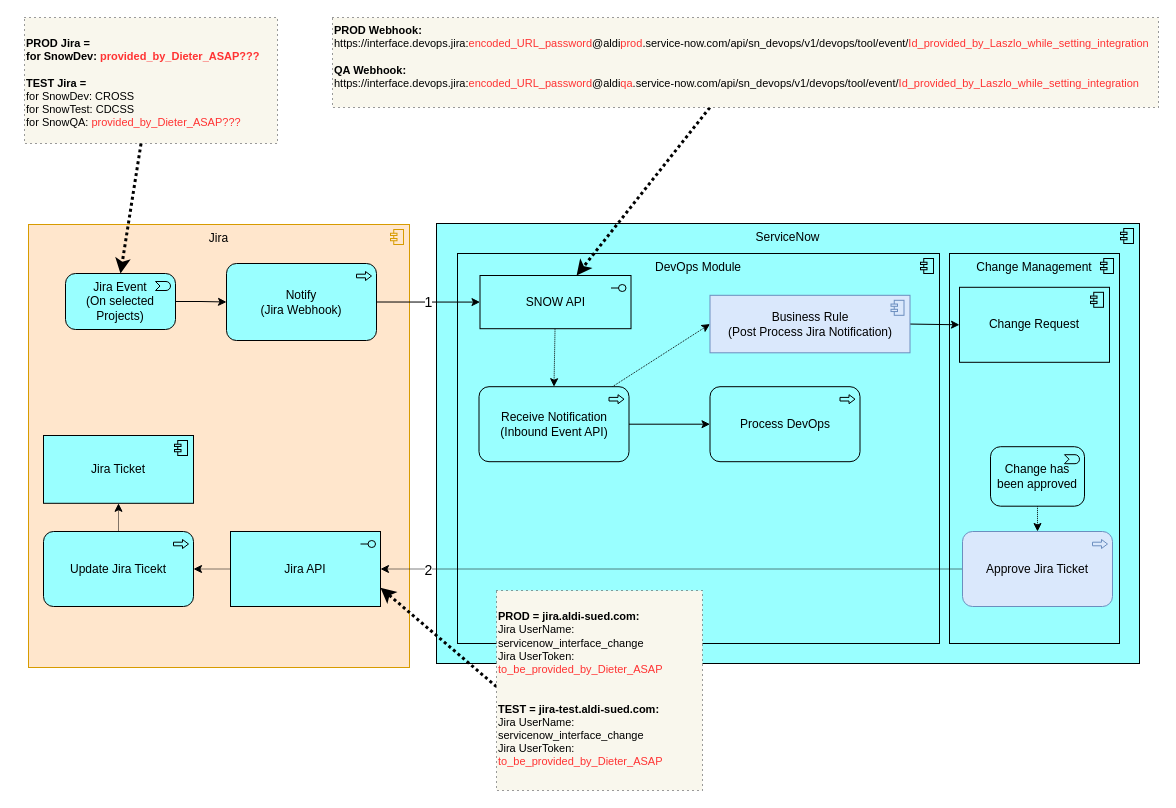
Earlier version of the draw.io diagram page "Jira2SNOW" (5 of 6) of SnowJira.drawio (algimas/tmp). Source tidied: cells renumbered, new cells numbered last; positions are measured from the earlier drawing's top-left corner, leaving out a move shared by most shapes. Both pictures are drawn from the tidied source at 100%, with x=0, y=0 at pixel (24, 17).
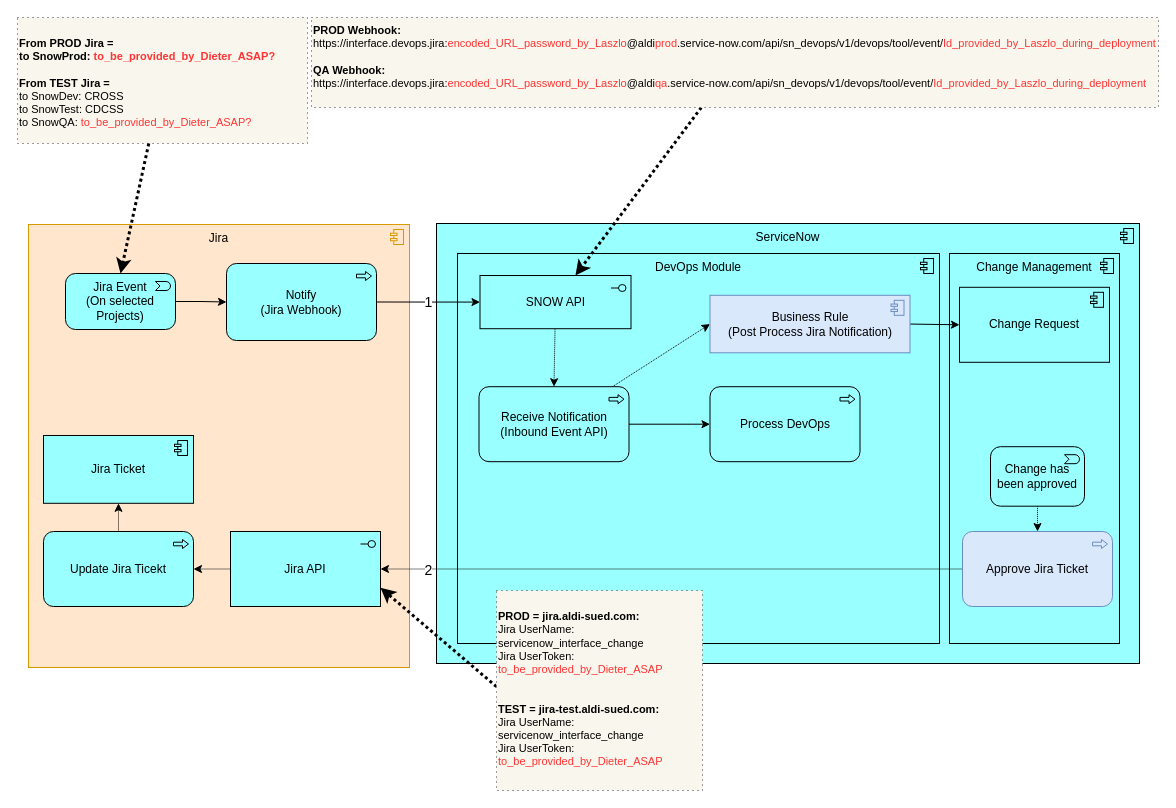
Above is the later version.

What changed in the source:
```diff
@@
-    <mxCell id="32" value="&lt;div style=&quot;font-size: 11px;&quot;&gt;&lt;b style=&quot;font-size: 11px;&quot;&gt;PROD Webhook:&lt;/b&gt;&lt;/div&gt;https://interface.devops.jira:&lt;font style=&quot;font-size: 11px;&quot; color=&quot;#FF3333&quot;&gt;encoded_URL_password&lt;/font&gt;@aldi&lt;font style=&quot;font-size: 11px;&quot; color=&quot;#FF3333&quot;&gt;prod&lt;/font&gt;.service-now.com/api/sn_devops/v1/devops/tool/event/&lt;font style=&quot;font-size: 11px;&quot; color=&quot;#FF3333&quot;&gt;Id_provided_by_Laszlo_while_setting_integration&lt;/font&gt;&lt;div style=&quot;font-size: 11px;&quot;&gt;&lt;br style=&quot;font-size: 11px;&quot;&gt;&lt;/div&gt;&lt;div style=&quot;font-size: 11px;&quot;&gt;&lt;b style=&quot;font-size: 11px;&quot;&gt;QA Webhook:&lt;/b&gt;&lt;/div&gt;&lt;div style=&quot;font-size: 11px;&quot;&gt;https://interface.devops.jira:&lt;font style=&quot;font-size: 11px;&quot; color=&quot;#FF3333&quot;&gt;encoded_URL_password&lt;/font&gt;@aldi&lt;font style=&quot;font-size: 11px;&quot; color=&quot;#FF3333&quot;&gt;qa&lt;/font&gt;.service-now.com/api/sn_devops/v1/devops/tool/event/&lt;font style=&quot;font-size: 11px;&quot; color=&quot;#FF3333&quot;&gt;Id_provided_by_Laszlo_while_setting_integration&lt;/font&gt;&lt;br style=&quot;font-size: 11px;&quot;&gt;&lt;/div&gt;" style="strokeWidth=1;shadow=0;dashed=1;align=center;html=1;shape=mxgraph.mockup.text.bulletedList;textColor=#666666;mainText=,,,,;textSize=17;bulletStyle=none;strokeColor=#36393d;fillColor=#f9f7ed;align=left;verticalAlign=top;fontSize=11;dashPattern=1 4;" parent="1" vertex="1">
-      <mxGeometry x="308" width="826" height="90" as="geometry" />
+    <mxCell id="32" value="&lt;div style=&quot;font-size: 11px&quot;&gt;&lt;b style=&quot;font-size: 11px&quot;&gt;PROD Webhook:&lt;/b&gt;&lt;/div&gt;https://interface.devops.jira:&lt;font style=&quot;font-size: 11px&quot; color=&quot;#FF3333&quot;&gt;encoded_URL_password_by_Laszlo&lt;/font&gt;@aldi&lt;font style=&quot;font-size: 11px&quot; color=&quot;#FF3333&quot;&gt;prod&lt;/font&gt;.service-now.com/api/sn_devops/v1/devops/tool/event/&lt;font style=&quot;font-size: 11px&quot; color=&quot;#FF3333&quot;&gt;Id_provided_by_Laszlo_during_deployment&lt;/font&gt;&lt;div style=&quot;font-size: 11px&quot;&gt;&lt;br style=&quot;font-size: 11px&quot;&gt;&lt;/div&gt;&lt;div style=&quot;font-size: 11px&quot;&gt;&lt;b style=&quot;font-size: 11px&quot;&gt;QA Webhook:&lt;/b&gt;&lt;/div&gt;&lt;div style=&quot;font-size: 11px&quot;&gt;https://interface.devops.jira:&lt;font style=&quot;font-size: 11px&quot; color=&quot;#FF3333&quot;&gt;encoded_URL_password&lt;/font&gt;&lt;font style=&quot;font-size: 11px&quot; color=&quot;#FF3333&quot;&gt;_by_Laszlo&lt;/font&gt;@aldi&lt;font style=&quot;font-size: 11px&quot; color=&quot;#FF3333&quot;&gt;qa&lt;/font&gt;.service-now.com/api/sn_devops/v1/devops/tool/event/&lt;font style=&quot;font-size: 11px&quot; color=&quot;#FF3333&quot;&gt;Id_provided_by_Laszlo&lt;/font&gt;&lt;font style=&quot;font-size: 11px&quot; color=&quot;#FF3333&quot;&gt;&lt;font style=&quot;font-size: 11px&quot; color=&quot;#FF3333&quot;&gt;_during_deployment&lt;/font&gt;&lt;/font&gt;&lt;/div&gt;" style="strokeWidth=1;shadow=0;dashed=1;align=center;html=1;shape=mxgraph.mockup.text.bulletedList;textColor=#666666;mainText=,,,,;textSize=17;bulletStyle=none;strokeColor=#36393d;fillColor=#f9f7ed;align=left;verticalAlign=top;fontSize=11;dashPattern=1 4;" parent="1" vertex="1">
+      <mxGeometry x="287" width="847" height="90" as="geometry" />
     </mxCell>
-    <mxCell id="33" value="&lt;div style=&quot;font-size: 11px;&quot;&gt;&lt;br style=&quot;font-size: 11px;&quot;&gt;&lt;div style=&quot;font-size: 11px;&quot;&gt;&lt;font style=&quot;font-size: 11px;&quot;&gt;&lt;b style=&quot;font-size: 11px;&quot;&gt;PROD Jira =&lt;/b&gt;&lt;/font&gt;&lt;/div&gt;&lt;div style=&quot;font-size: 11px;&quot;&gt;&lt;font style=&quot;font-size: 11px;&quot;&gt;&lt;b style=&quot;font-size: 11px;&quot;&gt;for SnowDev: &lt;/b&gt;&lt;/font&gt;&lt;font style=&quot;font-size: 11px;&quot;&gt;&lt;b style=&quot;font-size: 11px;&quot;&gt;&lt;font style=&quot;font-size: 11px;&quot; color=&quot;#FF3333&quot;&gt;provided_by_Dieter_ASAP???&lt;/font&gt;&lt;/b&gt;&lt;/font&gt;&lt;/div&gt;&lt;div style=&quot;font-size: 11px;&quot;&gt;&lt;font style=&quot;font-size: 11px;&quot;&gt;&lt;b style=&quot;font-size: 11px;&quot;&gt;&lt;br style=&quot;font-size: 11px;&quot;&gt;&lt;/b&gt;&lt;/font&gt;&lt;/div&gt;&lt;div style=&quot;font-size: 11px;&quot;&gt;&lt;font style=&quot;font-size: 11px;&quot;&gt;&lt;b style=&quot;font-size: 11px;&quot;&gt;TEST Jira = &lt;br style=&quot;font-size: 11px;&quot;&gt;&lt;/b&gt;&lt;/font&gt;&lt;/div&gt;&lt;/div&gt;&lt;div style=&quot;font-size: 11px;&quot;&gt;for SnowDev: CROSS&amp;nbsp; &lt;br style=&quot;font-size: 11px;&quot;&gt;&lt;/div&gt;&lt;div style=&quot;font-size: 11px;&quot;&gt;for SnowTest: &lt;span style=&quot;color: rgb(0, 0, 0); font-family: &amp;quot;arial&amp;quot;, sans-serif; font-size: 11px; font-style: normal; font-weight: normal; letter-spacing: normal; text-indent: 0px; text-transform: none; word-spacing: 0px; text-decoration: none; display: inline; float: none;&quot;&gt;CDCSS&lt;/span&gt;&lt;/div&gt;&lt;div style=&quot;font-size: 11px;&quot;&gt;for SnowQA: &lt;font style=&quot;font-size: 11px;&quot; color=&quot;#FF3333&quot;&gt;provided_by_Dieter_ASAP???&lt;/font&gt;&lt;/div&gt;" style="strokeWidth=1;shadow=0;dashed=1;align=center;html=1;shape=mxgraph.mockup.text.bulletedList;textColor=#666666;mainText=,,,,;textSize=17;bulletStyle=none;strokeColor=#36393d;fillColor=#f9f7ed;align=left;verticalAlign=top;fontSize=11;dashPattern=1 4;" parent="1" vertex="1">
-      <mxGeometry width="253" height="126" as="geometry" />
+    <mxCell id="33" value="&lt;div style=&quot;font-size: 11px&quot;&gt;&lt;br style=&quot;font-size: 11px&quot;&gt;&lt;div style=&quot;font-size: 11px&quot;&gt;&lt;font style=&quot;font-size: 11px&quot;&gt;&lt;b style=&quot;font-size: 11px&quot;&gt;From PROD Jira =&lt;/b&gt;&lt;/font&gt;&lt;/div&gt;&lt;div style=&quot;font-size: 11px&quot;&gt;&lt;font style=&quot;font-size: 11px&quot;&gt;&lt;b style=&quot;font-size: 11px&quot;&gt;to SnowProd: &lt;/b&gt;&lt;/font&gt;&lt;font style=&quot;font-size: 11px&quot;&gt;&lt;b style=&quot;font-size: 11px&quot;&gt;&lt;font style=&quot;font-size: 11px&quot; color=&quot;#FF3333&quot;&gt;to_be_provided_by_Dieter_ASAP?&lt;/font&gt;&lt;/b&gt;&lt;/font&gt;&lt;/div&gt;&lt;div style=&quot;font-size: 11px&quot;&gt;&lt;font style=&quot;font-size: 11px&quot;&gt;&lt;b style=&quot;font-size: 11px&quot;&gt;&lt;br style=&quot;font-size: 11px&quot;&gt;&lt;/b&gt;&lt;/font&gt;&lt;/div&gt;&lt;div style=&quot;font-size: 11px&quot;&gt;&lt;font style=&quot;font-size: 11px&quot;&gt;&lt;b style=&quot;font-size: 11px&quot;&gt;From TEST Jira = &lt;br style=&quot;font-size: 11px&quot;&gt;&lt;/b&gt;&lt;/font&gt;&lt;/div&gt;&lt;/div&gt;&lt;div style=&quot;font-size: 11px&quot;&gt;to SnowDev: CROSS&amp;nbsp; &lt;br style=&quot;font-size: 11px&quot;&gt;&lt;/div&gt;&lt;div style=&quot;font-size: 11px&quot;&gt;to SnowTest: &lt;span style=&quot;color: rgb(0 , 0 , 0) ; font-family: &amp;#34;arial&amp;#34; , sans-serif ; font-size: 11px ; font-style: normal ; font-weight: normal ; letter-spacing: normal ; text-indent: 0px ; text-transform: none ; word-spacing: 0px ; text-decoration: none ; display: inline ; float: none&quot;&gt;CDCSS&lt;/span&gt;&lt;/div&gt;&lt;div style=&quot;font-size: 11px&quot;&gt;to SnowQA: &lt;font style=&quot;font-size: 11px&quot; color=&quot;#FF3333&quot;&gt;to_be_provided_by_Dieter_ASAP?&lt;/font&gt;&lt;/div&gt;" style="strokeWidth=1;shadow=0;dashed=1;align=center;html=1;shape=mxgraph.mockup.text.bulletedList;textColor=#666666;mainText=,,,,;textSize=17;bulletStyle=none;strokeColor=#36393d;fillColor=#f9f7ed;align=left;verticalAlign=top;fontSize=11;dashPattern=1 4;" parent="1" vertex="1">
+      <mxGeometry x="-7" width="290" height="126" as="geometry" />
     </mxCell>
```
